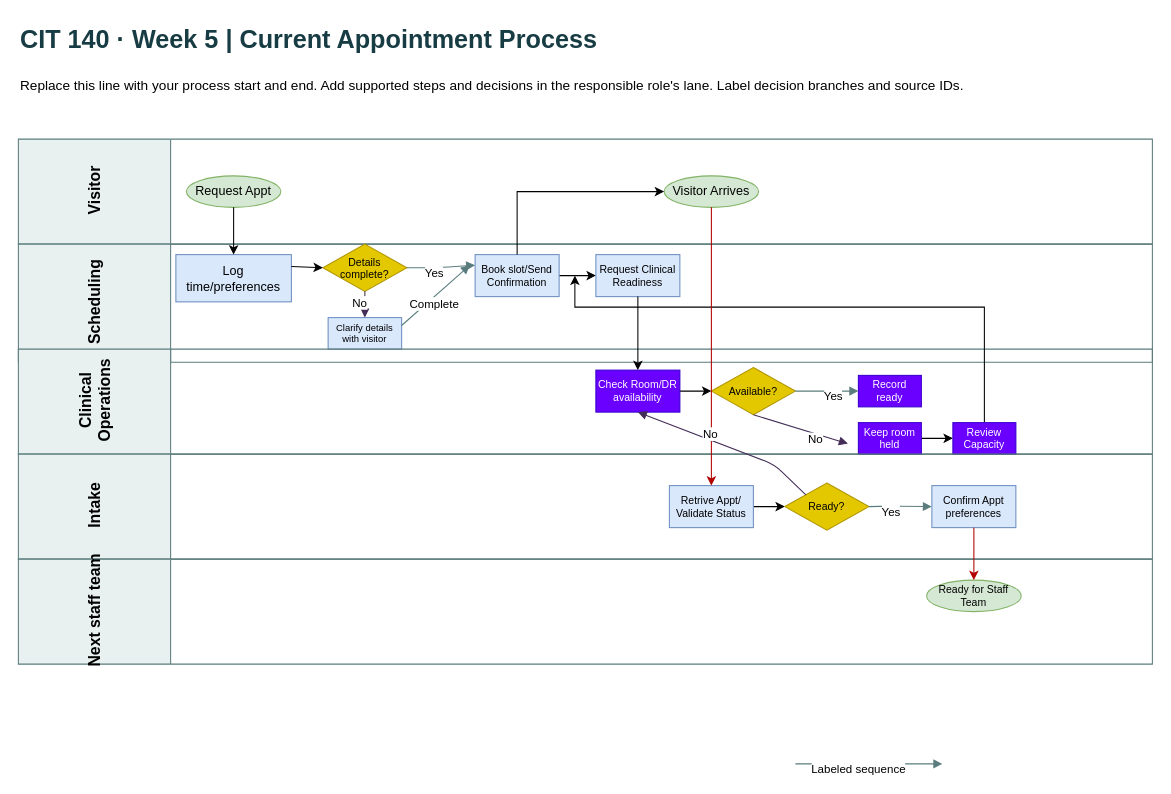
Earlier version of the draw.io diagram page "Current Process" (1 of 2) of Week05_How_does_the_work_happen_now/CIT140_Week05_Process_Model_Starter.drawio (Acetamin1102/CIT140-Portfolio). Source tidied: cells renumbered, new cells numbered last; positions are measured from the earlier drawing's top-left corner, leaving out a move shared by most shapes. Both pictures are drawn from the tidied source at 105%, with x=0, y=0 at pixel (18, 18).
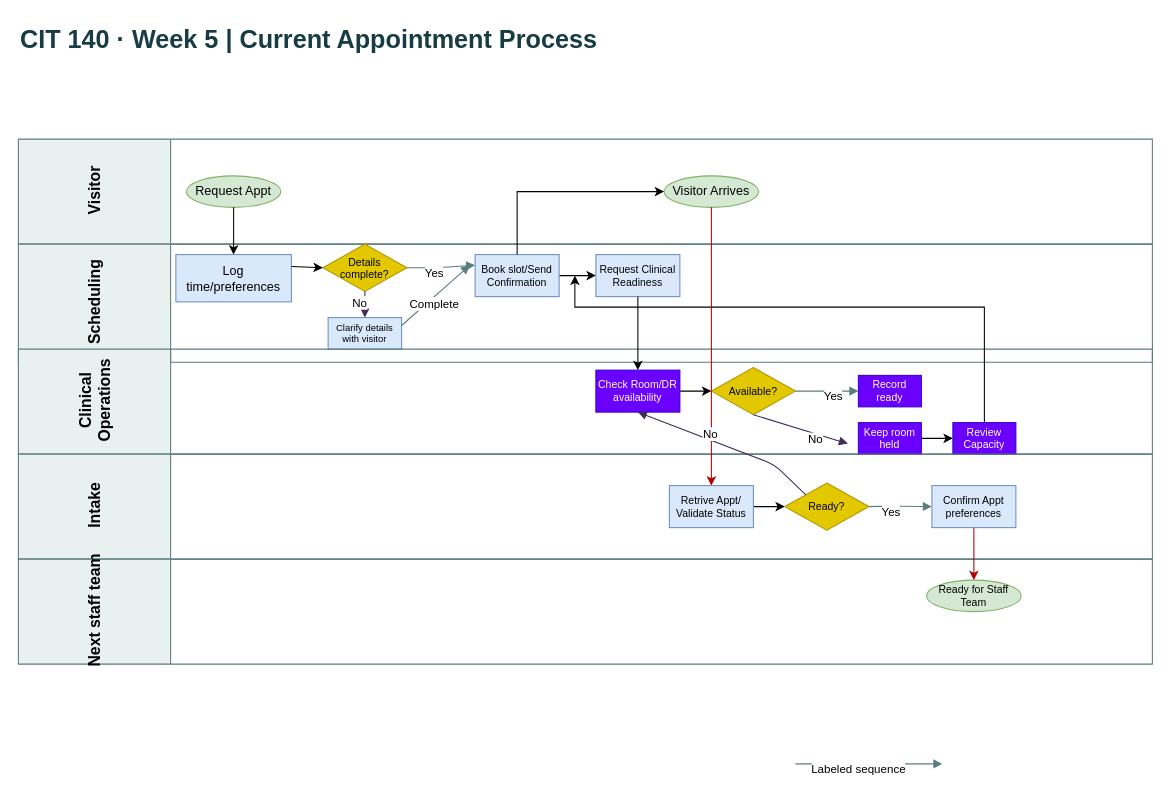
Above is the later version.

Diff of the diagram source:
```diff
@@
-    <mxCell id="3" value="Replace this line with your process start and end. Add supported steps and decisions in the responsible role's lane. Label decision branches and source IDs." style="text;html=1;fontSize=13;align=left;whiteSpace=wrap;" parent="1" vertex="1">
-      <mxGeometry y="50" width="1080" height="45" as="geometry" />
-    </mxCell>
```
